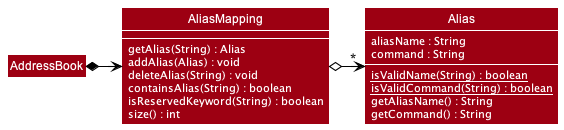
Before: docs/images/alias/AliasMappingClassDiagram.png, a diagram exported from PlantUML (nus-cs2103-AY2021S2/tp). The source it was exported from:
```plantuml
@startuml
!include ../style.puml

skinparam arrowThickness 1.1
skinparam arrowColor BLACK
skinparam classBackgroundColor MODEL_COLOR
skinparam classBorderColor WHITE
skinparam classFontColor WHITE
skinparam classAttributeFontColor WHITE


class AliasMapping {
    getAlias(String) : Alias
    addAlias(Alias) : void
    deleteAlias(String) : void
    containsAlias(String) : boolean
    isReservedKeyword(String) : boolean
    size() : int
}

show AliasMapping members

class Alias {
    aliasName : String
    command : String
    {static} isValidName(String) : boolean
    {static} isValidCommand(String) : boolean
    getAliasName() : String
    getCommand() : String
}
show Alias members

AddressBook *-right-> AliasMapping
AliasMapping o-right-> "*" Alias

@enduml
```
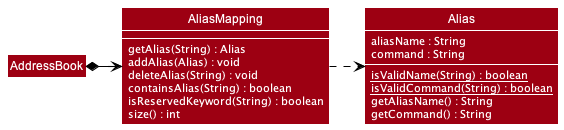
Later version of the same file.

Change to the diagram source:
```diff
@@ -31,6 +31,6 @@
 show Alias members
 
 AddressBook *-right-> AliasMapping
-AliasMapping o-right-> "*" Alias
+AliasMapping .> Alias
 
 @enduml
```
